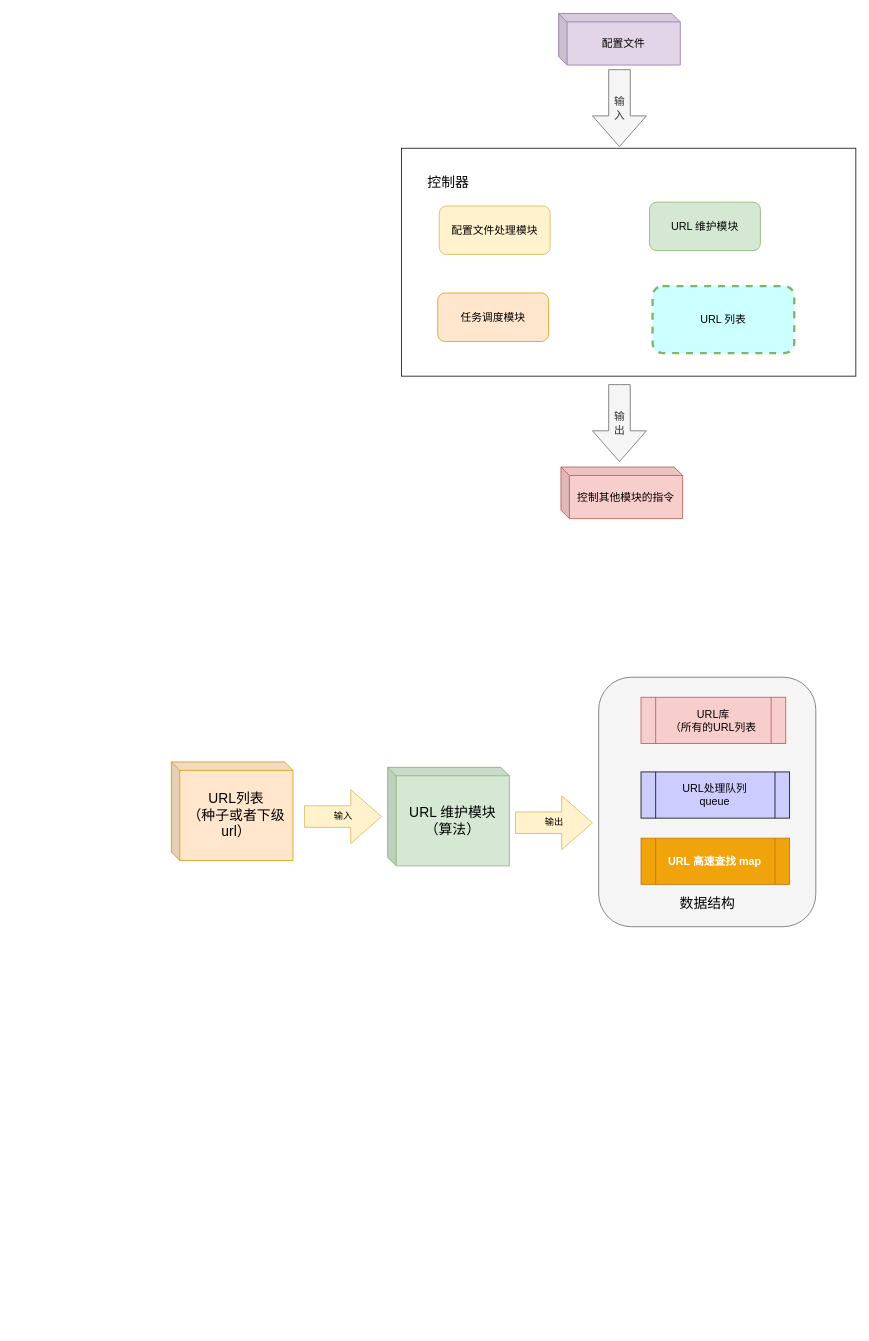
The draw.io diagram page "爬虫项目" (2 of 5) of docs/workSpacePic/流程图.drawio in kenlin-00/kendall-cpp-view, before the edit. Source tidied: cells renumbered, new cells numbered last; positions are measured from the earlier drawing's top-left corner, leaving out a move shared by most shapes. Both pictures are drawn from the tidied source at 77%, with x=0, y=0 at pixel (171, 13).
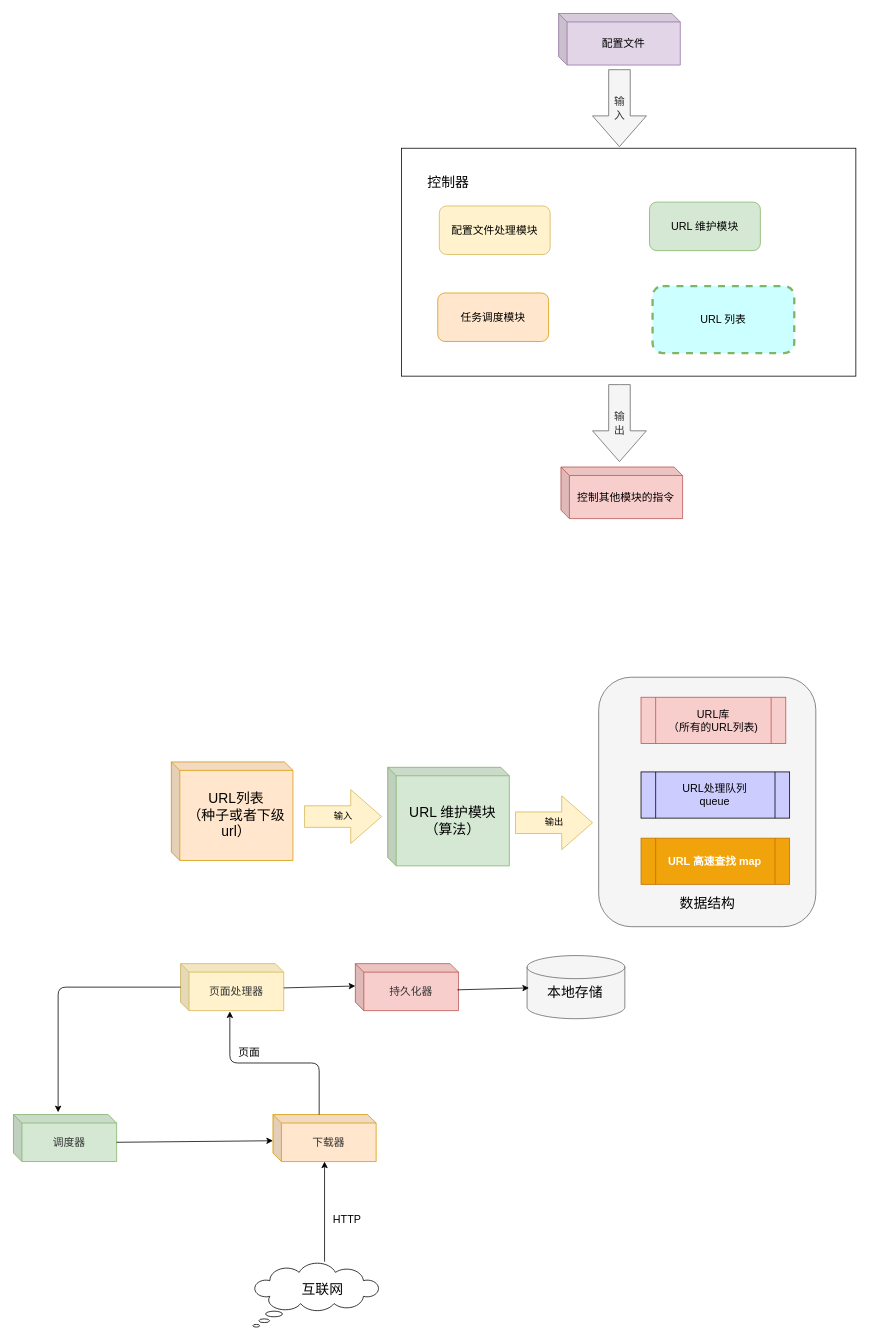
After the change.

What changed in the source:
```diff
@@
-    <mxCell id="15" value="&lt;font style=&quot;font-size: 14px&quot;&gt;URL库&lt;br&gt;（所有的URL列表&lt;/font&gt;" style="shape=process;whiteSpace=wrap;html=1;backgroundOutline=1;strokeWidth=1;fillColor=#f8cecc;strokeColor=#b85450;" parent="1" vertex="1">
+    <mxCell id="15" value="&lt;font style=&quot;font-size: 14px&quot;&gt;URL库&lt;br&gt;（所有的URL列表)&lt;/font&gt;" style="shape=process;whiteSpace=wrap;html=1;backgroundOutline=1;strokeWidth=1;fillColor=#f8cecc;strokeColor=#b85450;" parent="1" vertex="1">
       <mxGeometry x="610" y="888" width="188" height="60" as="geometry" />
     </mxCell>
@@
+    <mxCell id="21" value="&lt;font&gt;&lt;font color=&quot;#333333&quot; face=&quot;open sans, sans-serif&quot;&gt;&lt;span style=&quot;font-size: 14px&quot;&gt;下载器&lt;/span&gt;&lt;/font&gt;&lt;br&gt;&lt;/font&gt;" style="shape=cube;whiteSpace=wrap;html=1;boundedLbl=1;backgroundOutline=1;darkOpacity=0.05;darkOpacity2=0.1;size=11;fillColor=#ffe6cc;strokeColor=#d79b00;" parent="1" vertex="1">
+      <mxGeometry x="132" y="1430" width="134" height="61" as="geometry" />
+    </mxCell>
+    <mxCell id="22" style="whiteSpace=wrap;html=1;shape=mxgraph.basic.cloud_callout;" parent="1" vertex="1">
+      <mxGeometry x="106" y="1623" width="164" height="83" as="geometry" />
+    </mxCell>
+    <mxCell id="23" value="&lt;span style=&quot;font-size: 18px&quot;&gt;互联网&lt;/span&gt;" style="text;html=1;align=center;verticalAlign=middle;" parent="1" vertex="1">
+      <mxGeometry x="164" y="1648" width="64" height="20" as="geometry" />
+    </mxCell>
+    <mxCell id="24" style="endArrow=classic;html=1;" parent="1" edge="1" target="21">
+      <mxGeometry relative="1" as="geometry">
+        <mxPoint x="199" y="1621" as="sourcePoint" />
+      </mxGeometry>
+    </mxCell>
+    <mxCell id="25" value="&lt;font style=&quot;font-size: 14px&quot;&gt;HTTP&lt;/font&gt;" style="text;html=1;align=center;verticalAlign=middle;" parent="1" vertex="1">
+      <mxGeometry x="204" y="1556" width="47" height="19" as="geometry" />
+    </mxCell>
+    <mxCell id="26" style="edgeStyle=elbowEdgeStyle;elbow=vertical;endArrow=classic;html=1;" parent="1" edge="1">
+      <mxGeometry relative="1" as="geometry">
+        <mxPoint x="192" y="1430" as="sourcePoint" />
+        <mxPoint x="76" y="1296" as="targetPoint" />
+      </mxGeometry>
+    </mxCell>
+    <mxCell id="27" value="&lt;font style=&quot;font-size: 14px&quot;&gt;页面&lt;/font&gt;" style="text;html=1;align=center;verticalAlign=middle;" parent="1" vertex="1">
+      <mxGeometry x="82" y="1340" width="38" height="19" as="geometry" />
+    </mxCell>
+    <mxCell id="28" value="&lt;font&gt;&lt;font color=&quot;#333333&quot; face=&quot;open sans, sans-serif&quot;&gt;&lt;span style=&quot;font-size: 14px&quot;&gt;页面处理器&lt;/span&gt;&lt;/font&gt;&lt;br&gt;&lt;/font&gt;" style="shape=cube;whiteSpace=wrap;html=1;boundedLbl=1;backgroundOutline=1;darkOpacity=0.05;darkOpacity2=0.1;size=11;fillColor=#fff2cc;strokeColor=#d6b656;" parent="1" vertex="1">
+      <mxGeometry x="12" y="1234" width="134" height="61" as="geometry" />
+    </mxCell>
+    <mxCell id="29" value="&lt;font&gt;&lt;font color=&quot;#333333&quot; face=&quot;open sans, sans-serif&quot;&gt;&lt;span style=&quot;font-size: 14px&quot;&gt;调度器&lt;/span&gt;&lt;/font&gt;&lt;br&gt;&lt;/font&gt;" style="shape=cube;whiteSpace=wrap;html=1;boundedLbl=1;backgroundOutline=1;darkOpacity=0.05;darkOpacity2=0.1;size=11;fillColor=#d5e8d4;strokeColor=#82b366;" parent="1" vertex="1">
+      <mxGeometry x="-205" y="1430" width="134" height="61" as="geometry" />
+    </mxCell>
+    <mxCell id="30" style="edgeStyle=segmentEdgeStyle;endArrow=classic;html=1;" parent="1" edge="1" source="28">
+      <mxGeometry relative="1" as="geometry">
+        <mxPoint x="-147" y="1427" as="targetPoint" />
+        <Array as="points">
+          <mxPoint x="-147" y="1265" />
+        </Array>
+      </mxGeometry>
+    </mxCell>
+    <mxCell id="31" style="endArrow=classic;html=1;entryX=0;entryY=0.557;entryDx=0;entryDy=0;entryPerimeter=0;exitX=0;exitY=0;exitDx=134;exitDy=36;exitPerimeter=0;" parent="1" edge="1" source="29" target="21">
+      <mxGeometry relative="1" as="geometry" />
+    </mxCell>
+    <mxCell id="32" style="endArrow=classic;html=1;exitX=0;exitY=0;exitDx=134;exitDy=36;exitPerimeter=0;" parent="1" edge="1">
+      <mxGeometry relative="1" as="geometry">
+        <mxPoint x="146" y="1265.5" as="sourcePoint" />
+        <mxPoint x="239" y="1263" as="targetPoint" />
+      </mxGeometry>
+    </mxCell>
+    <mxCell id="33" value="&lt;font color=&quot;#333333&quot; face=&quot;open sans, sans-serif&quot;&gt;&lt;span style=&quot;font-size: 14px&quot;&gt;持久化器&lt;/span&gt;&lt;/font&gt;" style="shape=cube;whiteSpace=wrap;html=1;boundedLbl=1;backgroundOutline=1;darkOpacity=0.05;darkOpacity2=0.1;size=11;fillColor=#f8cecc;strokeColor=#b85450;" parent="1" vertex="1">
+      <mxGeometry x="239" y="1234" width="134" height="61" as="geometry" />
+    </mxCell>
+    <mxCell id="34" style="shape=cylinder3;whiteSpace=wrap;html=1;boundedLbl=1;backgroundOutline=1;size=15;fillColor=#f5f5f5;strokeColor=#666666;fontColor=#333333;" parent="1" vertex="1">
+      <mxGeometry x="462" y="1223.5" width="127" height="82" as="geometry" />
+    </mxCell>
+    <mxCell id="35" value="&lt;span style=&quot;font-size: 18px&quot;&gt;本地存储&lt;/span&gt;" style="text;html=1;align=center;verticalAlign=middle;" parent="1" vertex="1">
+      <mxGeometry x="483" y="1262" width="82" height="20" as="geometry" />
+    </mxCell>
+    <mxCell id="36" style="endArrow=classic;html=1;exitX=0;exitY=0;exitDx=134;exitDy=36;exitPerimeter=0;" parent="1" edge="1">
+      <mxGeometry relative="1" as="geometry">
+        <mxPoint x="371.5" y="1268" as="sourcePoint" />
+        <mxPoint x="464.5" y="1265.5" as="targetPoint" />
+      </mxGeometry>
+    </mxCell>
```
